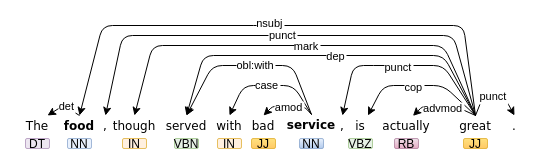
Above: Untitled Diagram.drawio in zhaicao/images (draw.io), before the change. Source tidied: cells renumbered, new cells numbered last; positions are measured from the earlier drawing's top-left corner, leaving out a move shared by most shapes. Both pictures are drawn from the tidied source at 100%, with x=0, y=0 at pixel (17, 25).
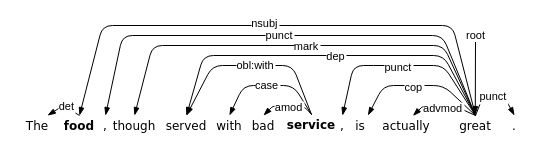
After the change.

Unchanged cells that the change refers to:
```xml
<mxCell id="2" value="The" style="text;strokeColor=none;fillColor=none;align=center;verticalAlign=middle;overflow=hidden;fontFamily=Verdana;" parent="1" vertex="1">
  <mxGeometry y="90" width="40" height="20" as="geometry" />
</mxCell>
<mxCell id="3" value="food" style="text;strokeColor=none;fillColor=none;align=center;verticalAlign=middle;overflow=hidden;fontFamily=Verdana;fontStyle=1;" parent="1" vertex="1">
  <mxGeometry x="37" y="90" width="50" height="20" as="geometry" />
</mxCell>
<mxCell id="4" value="though" style="text;strokeColor=none;fillColor=none;align=center;verticalAlign=middle;overflow=hidden;fontFamily=Verdana;" parent="1" vertex="1">
  <mxGeometry x="92" y="90" width="50" height="20" as="geometry" />
</mxCell>
<mxCell id="5" value="served" style="text;strokeColor=none;fillColor=none;align=center;verticalAlign=middle;overflow=hidden;fontFamily=Verdana;" parent="1" vertex="1">
  <mxGeometry x="144" y="90" width="50" height="20" as="geometry" />
</mxCell>
<mxCell id="6" value="with" style="text;strokeColor=none;fillColor=none;align=center;verticalAlign=middle;overflow=hidden;fontFamily=Verdana;" parent="1" vertex="1">
  <mxGeometry x="187" y="90" width="50" height="20" as="geometry" />
</mxCell>
<mxCell id="7" value="bad" style="text;strokeColor=none;fillColor=none;align=center;verticalAlign=middle;overflow=hidden;fontFamily=Verdana;" parent="1" vertex="1">
  <mxGeometry x="221" y="90" width="50" height="20" as="geometry" />
</mxCell>
<mxCell id="8" value="service" style="text;strokeColor=none;fillColor=none;align=center;verticalAlign=middle;overflow=hidden;fontFamily=Verdana;fontStyle=1;" parent="1" vertex="1">
  <mxGeometry x="269" y="89" width="50" height="20" as="geometry" />
</mxCell>
<mxCell id="9" value="is" style="text;strokeColor=none;fillColor=none;align=center;verticalAlign=middle;overflow=hidden;fontFamily=Verdana;" parent="1" vertex="1">
  <mxGeometry x="328" y="90" width="30" height="20" as="geometry" />
</mxCell>
<mxCell id="10" value="actually" style="text;strokeColor=none;fillColor=none;align=center;verticalAlign=middle;overflow=hidden;fontFamily=Verdana;" parent="1" vertex="1">
  <mxGeometry x="364" y="90" width="50" height="20" as="geometry" />
</mxCell>
<mxCell id="11" value="great" style="text;strokeColor=none;fillColor=none;align=center;verticalAlign=middle;overflow=hidden;fontFamily=Verdana;" parent="1" vertex="1">
  <mxGeometry x="433" y="90" width="50" height="20" as="geometry" />
</mxCell>
<mxCell id="12" value="," style="text;strokeColor=none;fillColor=none;align=center;verticalAlign=middle;overflow=hidden;fontFamily=Verdana;" parent="1" vertex="1">
  <mxGeometry x="315" y="90" width="20" height="20" as="geometry" />
</mxCell>
<mxCell id="13" value="," style="text;strokeColor=none;fillColor=none;align=center;verticalAlign=middle;overflow=hidden;fontFamily=Verdana;" parent="1" vertex="1">
  <mxGeometry x="78" y="90" width="20" height="20" as="geometry" />
</mxCell>
<mxCell id="14" value="." style="text;strokeColor=none;fillColor=none;align=center;verticalAlign=middle;overflow=hidden;fontFamily=Verdana;" parent="1" vertex="1">
  <mxGeometry x="487" y="90" width="20" height="20" as="geometry" />
</mxCell>
```

Diff of the diagram source:
```diff
@@
-    <mxCell id="15" style="endArrow=classic;entryX=0.75;entryY=0;entryDx=0;entryDy=0;rounded=1;exitX=0.5;exitY=0;exitDx=0;exitDy=0;" parent="1" edge="1" source="3" target="2">
+    <mxCell id="15" style="endArrow=blockThin;entryX=0.75;entryY=0;entryDx=0;entryDy=0;rounded=1;exitX=0.5;exitY=0;exitDx=0;exitDy=0;endFill=1;" parent="1" edge="1" source="3" target="2">
       <mxGeometry relative="1" as="geometry">
         <Array as="points">
           <mxPoint x="46" y="80" />
         </Array>
       </mxGeometry>
     </mxCell>
@@
-    <mxCell id="17" style="endArrow=classic;entryX=0.5;entryY=0;entryDx=0;entryDy=0;rounded=1;exitX=0.5;exitY=0;exitDx=0;exitDy=0;" parent="1" edge="1" source="11" target="3">
+    <mxCell id="17" style="endArrow=blockThin;entryX=0.5;entryY=0;entryDx=0;entryDy=0;rounded=1;exitX=0.5;exitY=0;exitDx=0;exitDy=0;endFill=1;" parent="1" edge="1" source="11" target="3">
       <mxGeometry relative="1" as="geometry">
         <Array as="points">
-          <mxPoint x="446" />
+          <mxPoint x="435" />
           <mxPoint x="246" />
           <mxPoint x="85" />
         </Array>
       </mxGeometry>
     </mxCell>
@@
-    <mxCell id="19" style="endArrow=classic;rounded=1;exitX=0.5;exitY=0;exitDx=0;exitDy=0;entryX=0.5;entryY=0;entryDx=0;entryDy=0;" parent="1" edge="1" source="11" target="13">
+    <mxCell id="19" style="endArrow=blockThin;rounded=1;exitX=0.5;exitY=0;exitDx=0;exitDy=0;entryX=0.5;entryY=0;entryDx=0;entryDy=0;endFill=1;" parent="1" edge="1" source="11" target="13">
       <mxGeometry relative="1" as="geometry">
         <Array as="points">
-          <mxPoint x="436" y="10" />
+          <mxPoint x="425" y="10" />
           <mxPoint x="105" y="10" />
         </Array>
       </mxGeometry>
     </mxCell>
@@
-    <mxCell id="21" style="endArrow=classic;rounded=1;exitX=0.5;exitY=0;exitDx=0;exitDy=0;entryX=0.5;entryY=0;entryDx=0;entryDy=0;" parent="1" edge="1" source="11" target="4">
+    <mxCell id="21" style="endArrow=blockThin;rounded=1;exitX=0.5;exitY=0;exitDx=0;exitDy=0;entryX=0.5;entryY=0;entryDx=0;entryDy=0;endFill=1;" parent="1" edge="1" source="11" target="4">
       <mxGeometry relative="1" as="geometry">
         <Array as="points">
           <mxPoint x="426" y="20" />
           <mxPoint x="135" y="20" />
         </Array>
       </mxGeometry>
     </mxCell>
-    <mxCell id="22" style="endArrow=classic;rounded=1;exitX=0.5;exitY=0;exitDx=0;exitDy=0;entryX=0.5;entryY=0;entryDx=0;entryDy=0;" parent="1" edge="1" source="11" target="5">
+    <mxCell id="22" style="endArrow=blockThin;rounded=1;exitX=0.5;exitY=0;exitDx=0;exitDy=0;entryX=0.5;entryY=0;entryDx=0;entryDy=0;endFill=1;" parent="1" edge="1" source="11" target="5">
       <mxGeometry relative="1" as="geometry">
         <Array as="points">
           <mxPoint x="426" y="30" />
           <mxPoint x="186" y="30" />
         </Array>
       </mxGeometry>
     </mxCell>
@@
-    <mxCell id="24" style="endArrow=classic;rounded=1;exitX=0.5;exitY=0;exitDx=0;exitDy=0;entryX=0.5;entryY=0;entryDx=0;entryDy=0;" parent="1" edge="1" source="8" target="5">
+    <mxCell id="24" style="endArrow=blockThin;rounded=1;exitX=0.5;exitY=0;exitDx=0;exitDy=0;entryX=0.5;entryY=0;entryDx=0;entryDy=0;endFill=1;" parent="1" edge="1" source="8" target="5">
       <mxGeometry relative="1" as="geometry">
         <Array as="points">
           <mxPoint x="275" y="40" />
           <mxPoint x="246" y="40" />
           <mxPoint x="195" y="40" />
         </Array>
       </mxGeometry>
     </mxCell>
@@
-    <mxCell id="26" style="endArrow=classic;rounded=1;exitX=0.5;exitY=0;exitDx=0;exitDy=0;entryX=0.5;entryY=0;entryDx=0;entryDy=0;" parent="1" edge="1" source="8" target="6">
+    <mxCell id="26" style="endArrow=blockThin;rounded=1;exitX=0.5;exitY=0;exitDx=0;exitDy=0;entryX=0.5;entryY=0;entryDx=0;entryDy=0;endFill=1;" parent="1" edge="1" source="8" target="6">
       <mxGeometry relative="1" as="geometry">
         <Array as="points">
           <mxPoint x="276" y="60" />
           <mxPoint x="226" y="60" />
         </Array>
       </mxGeometry>
     </mxCell>
@@
-    <mxCell id="28" style="endArrow=classic;rounded=1;exitX=0.5;exitY=0;exitDx=0;exitDy=0;entryX=0.5;entryY=0;entryDx=0;entryDy=0;" parent="1" edge="1" source="8" target="7">
+    <mxCell id="28" style="endArrow=blockThin;rounded=1;exitX=0.5;exitY=0;exitDx=0;exitDy=0;entryX=0.5;entryY=0;entryDx=0;entryDy=0;endFill=1;" parent="1" edge="1" source="8" target="7">
       <mxGeometry relative="1" as="geometry">
         <Array as="points">
           <mxPoint x="286" y="80" />
           <mxPoint x="256" y="80" />
         </Array>
       </mxGeometry>
     </mxCell>
@@
-    <mxCell id="30" style="endArrow=classic;rounded=1;exitX=0.5;exitY=0;exitDx=0;exitDy=0;entryX=0.5;entryY=0;entryDx=0;entryDy=0;" parent="1" edge="1" source="11" target="12">
+    <mxCell id="30" style="endArrow=blockThin;rounded=1;exitX=0.5;exitY=0;exitDx=0;exitDy=0;entryX=0.5;entryY=0;entryDx=0;entryDy=0;endFill=1;" parent="1" edge="1" source="11" target="12">
       <mxGeometry relative="1" as="geometry">
         <Array as="points">
           <mxPoint x="426" y="40" />
           <mxPoint x="366" y="40" />
           <mxPoint x="336" y="40" />
         </Array>
       </mxGeometry>
     </mxCell>
@@
-    <mxCell id="32" style="endArrow=classic;rounded=1;entryX=0.75;entryY=0;entryDx=0;entryDy=0;exitX=0.5;exitY=0;exitDx=0;exitDy=0;" parent="1" edge="1" source="11" target="9">
+    <mxCell id="32" style="endArrow=blockThin;rounded=1;entryX=0.75;entryY=0;entryDx=0;entryDy=0;exitX=0.5;exitY=0;exitDx=0;exitDy=0;endFill=1;" parent="1" edge="1" source="11" target="9">
       <mxGeometry relative="1" as="geometry">
         <Array as="points">
           <mxPoint x="426" y="60" />
           <mxPoint x="366" y="60" />
         </Array>
       </mxGeometry>
     </mxCell>
@@
-    <mxCell id="34" style="endArrow=classic;rounded=1;exitX=0.5;exitY=0;exitDx=0;exitDy=0;entryX=0.629;entryY=0.02;entryDx=0;entryDy=0;entryPerimeter=0;" parent="1" edge="1" source="11" target="10">
+    <mxCell id="34" style="endArrow=blockThin;rounded=1;exitX=0.5;exitY=0;exitDx=0;exitDy=0;entryX=0.629;entryY=0.02;entryDx=0;entryDy=0;entryPerimeter=0;endFill=1;" parent="1" edge="1" source="11" target="10">
       <mxGeometry relative="1" as="geometry">
         <Array as="points">
           <mxPoint x="436" y="80" />
           <mxPoint x="406" y="80" />
         </Array>
       </mxGeometry>
     </mxCell>
@@
-    <mxCell id="36" style="endArrow=classic;rounded=1;exitX=0.5;exitY=0;exitDx=0;exitDy=0;entryX=0.5;entryY=0;entryDx=0;entryDy=0;" parent="1" edge="1" source="11" target="14">
+    <mxCell id="36" style="endArrow=blockThin;rounded=1;exitX=0.5;exitY=0;exitDx=0;exitDy=0;entryX=0.5;entryY=0;entryDx=0;entryDy=0;endFill=1;" parent="1" edge="1" source="11" target="14">
       <mxGeometry relative="1" as="geometry">
         <Array as="points">
           <mxPoint x="466" y="70" />
           <mxPoint x="486" y="70" />
         </Array>
       </mxGeometry>
     </mxCell>
@@
-    <mxCell id="38" value="DT" style="rounded=1;opacity=60;fillColor=#e1d5e7;strokeColor=#9673a6;" parent="1" vertex="1">
-      <mxGeometry x="8" y="113" width="24" height="10" as="geometry" />
-    </mxCell>
-    <mxCell id="39" value="JJ" style="rounded=1;opacity=60;fillColor=#ffcd28;strokeColor=#d79b00;gradientColor=#ffa500;" parent="1" vertex="1">
-      <mxGeometry x="234" y="113" width="24" height="10" as="geometry" />
-    </mxCell>
-    <mxCell id="40" value="NN" style="rounded=1;opacity=60;fillColor=#dae8fc;strokeColor=#6c8ebf;" parent="1" vertex="1">
-      <mxGeometry x="50" y="113" width="24" height="10" as="geometry" />
-    </mxCell>
-    <mxCell id="41" value="IN" style="rounded=1;opacity=60;fillColor=#ffe6cc;strokeColor=#d79b00;" parent="1" vertex="1">
-      <mxGeometry x="105" y="113" width="24" height="10" as="geometry" />
-    </mxCell>
-    <mxCell id="42" value="VBN" style="rounded=1;opacity=60;fillColor=#d5e8d4;strokeColor=#82b366;" parent="1" vertex="1">
-      <mxGeometry x="157" y="113" width="24" height="10" as="geometry" />
-    </mxCell>
-    <mxCell id="43" value="IN" style="rounded=1;opacity=60;fillColor=#ffe6cc;strokeColor=#d79b00;" parent="1" vertex="1">
-      <mxGeometry x="200" y="113" width="24" height="10" as="geometry" />
-    </mxCell>
-    <mxCell id="44" value="JJ" style="rounded=1;opacity=60;fillColor=#ffcd28;strokeColor=#d79b00;gradientColor=#ffa500;" parent="1" vertex="1">
-      <mxGeometry x="446" y="113" width="24" height="10" as="geometry" />
-    </mxCell>
-    <mxCell id="45" value="NN" style="rounded=1;opacity=60;fillColor=#dae8fc;strokeColor=#6c8ebf;gradientColor=#7ea6e0;" parent="1" vertex="1">
-      <mxGeometry x="282" y="113" width="24" height="10" as="geometry" />
-    </mxCell>
-    <mxCell id="46" value="VBZ" style="rounded=1;opacity=60;fillColor=#d5e8d4;strokeColor=#82b366;" parent="1" vertex="1">
-      <mxGeometry x="331" y="113" width="24" height="10" as="geometry" />
-    </mxCell>
-    <mxCell id="47" value="RB" style="rounded=1;opacity=60;fillColor=#e6d0de;strokeColor=#996185;gradientColor=#d5739d;" parent="1" vertex="1">
-      <mxGeometry x="377" y="113" width="24" height="10" as="geometry" />
-    </mxCell>
@@
+    <mxCell id="49" style="endArrow=blockThin;html=1;rounded=0;endFill=1;" parent="1" edge="1">
+      <mxGeometry relative="1" as="geometry">
+        <mxPoint x="458" y="10" as="sourcePoint" />
+        <mxPoint x="457.8" y="89" as="targetPoint" />
+      </mxGeometry>
+    </mxCell>
+    <mxCell id="50" value="root" style="edgeLabel;html=1;align=center;verticalAlign=middle;" parent="49" vertex="1">
+      <mxGeometry x="-0.64" relative="1" as="geometry">
+        <mxPoint y="-14" as="offset" />
+      </mxGeometry>
+    </mxCell>
```
